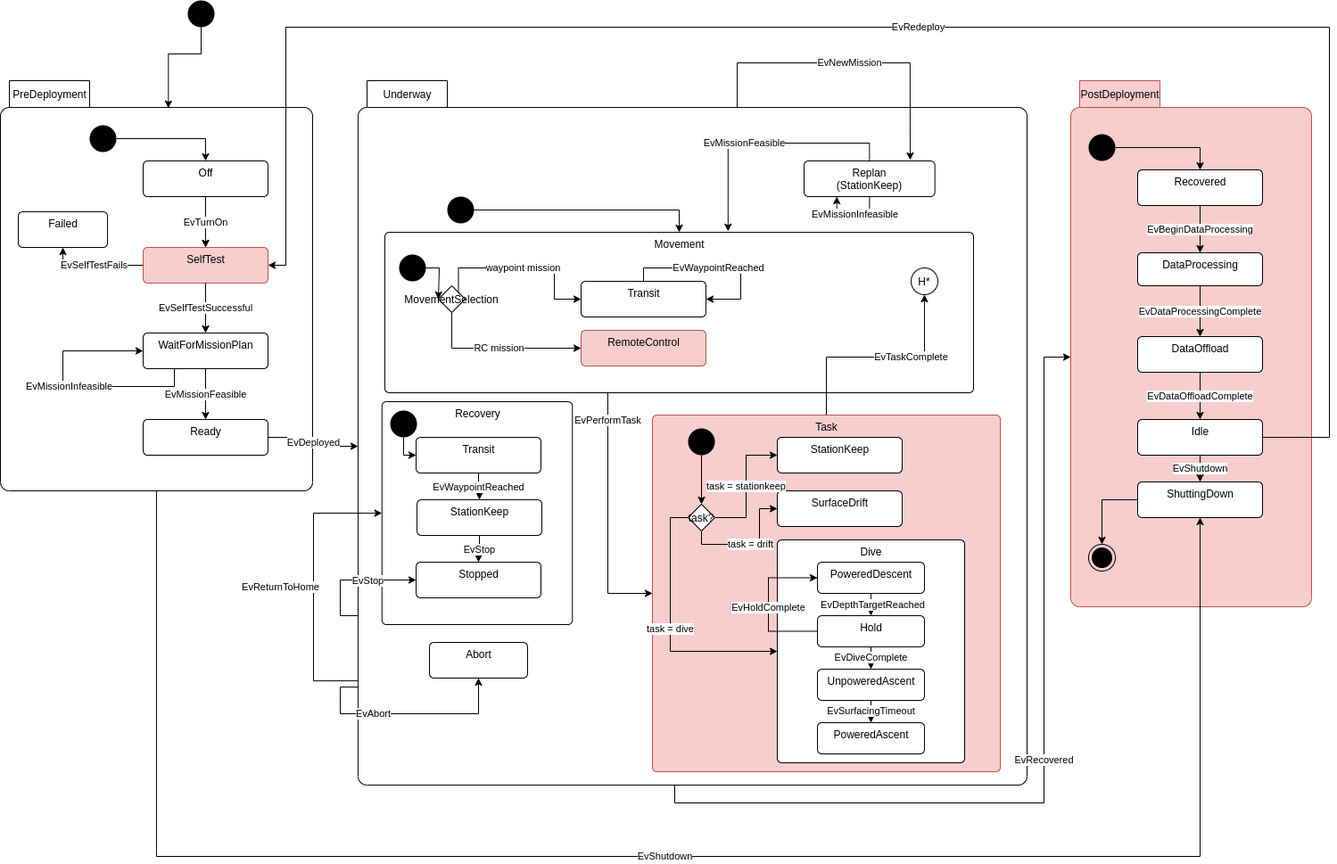
Above: src/doc/figures/mission-states.png in jaiarobotics/jaiabot (draw.io), before the change. Source tidied: cells renumbered, new cells last; positions are measured from the earlier drawing's top-left corner, leaving out a move shared by most shapes.
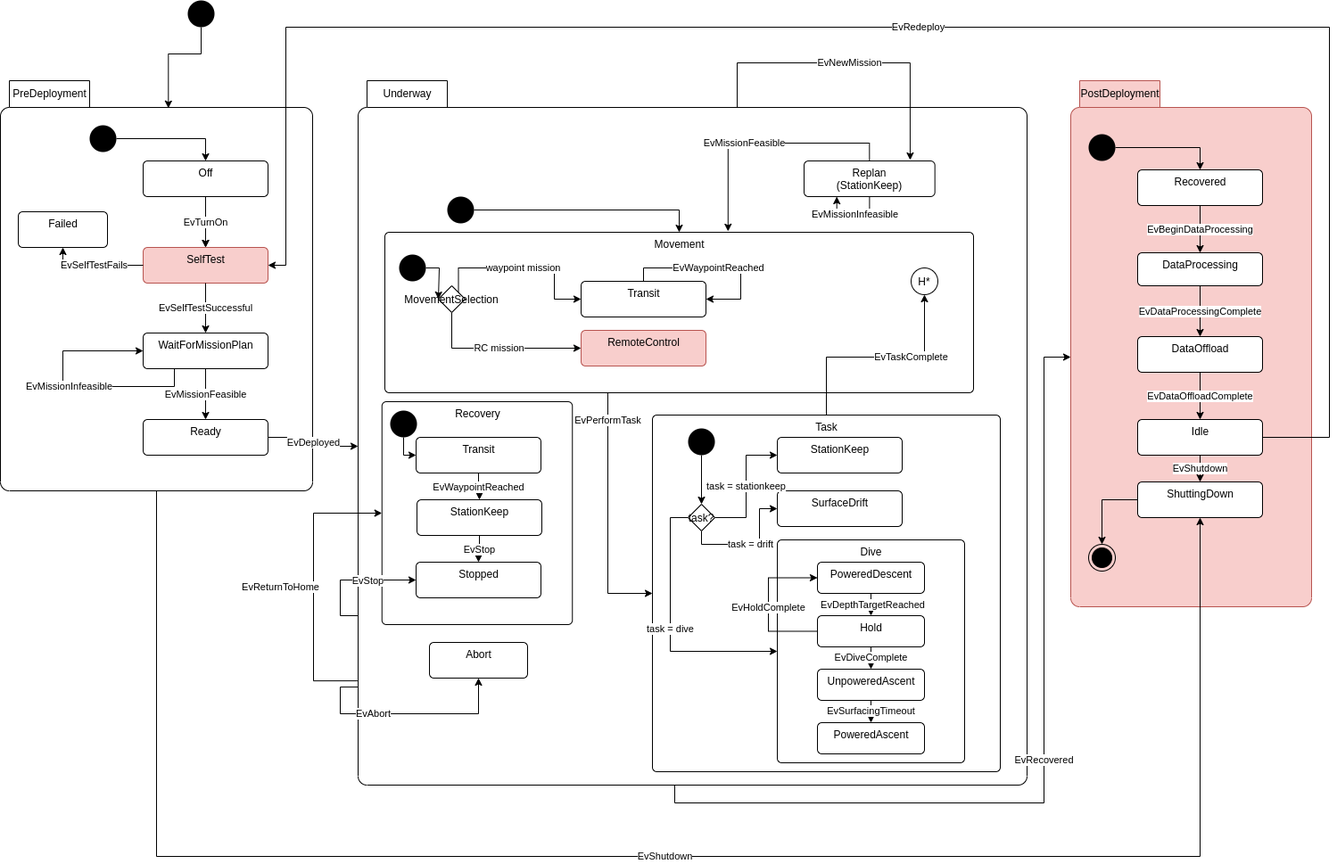
After the change.

What changed in the source:
```diff
@@ -206,7 +206,7 @@
     <mxCell id="54" style="group;" parent="30" vertex="1">
       <mxGeometry x="330" y="335" width="390" height="400" as="geometry" />
     </mxCell>
-    <mxCell id="55" value="Task" style="html=1;align=center;verticalAlign=top;rounded=1;absoluteArcSize=1;arcSize=10;dashed=0;fillColor=#f8cecc;strokeColor=#b85450;" parent="54" vertex="1">
+    <mxCell id="55" value="Task" style="html=1;align=center;verticalAlign=top;rounded=1;absoluteArcSize=1;arcSize=10;dashed=0;" parent="54" vertex="1">
       <mxGeometry width="390" height="400" as="geometry" />
     </mxCell>
     <mxCell id="56" value="StationKeep" style="html=1;align=center;verticalAlign=top;rounded=1;absoluteArcSize=1;arcSize=10;dashed=0;" parent="54" vertex="1">
```
